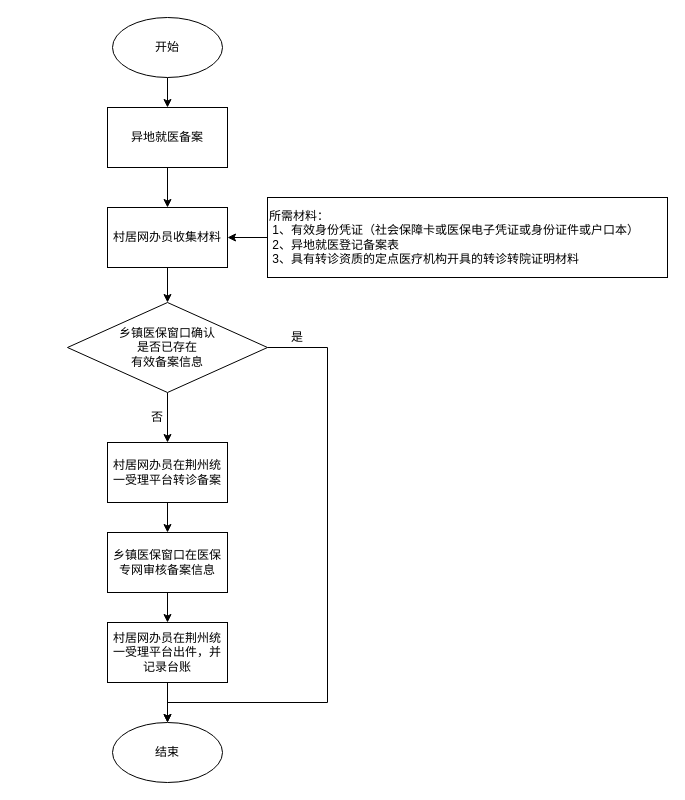
Earlier version of the draw.io diagram 医保异地就医备案流程.drawio (zouwei-0218/drawio). Source tidied: cells renumbered, new cells numbered last; positions are measured from the earlier drawing's top-left corner, leaving out a move shared by most shapes. Both pictures are drawn from the tidied source at 100%, with x=0, y=0 at pixel (67, 17).
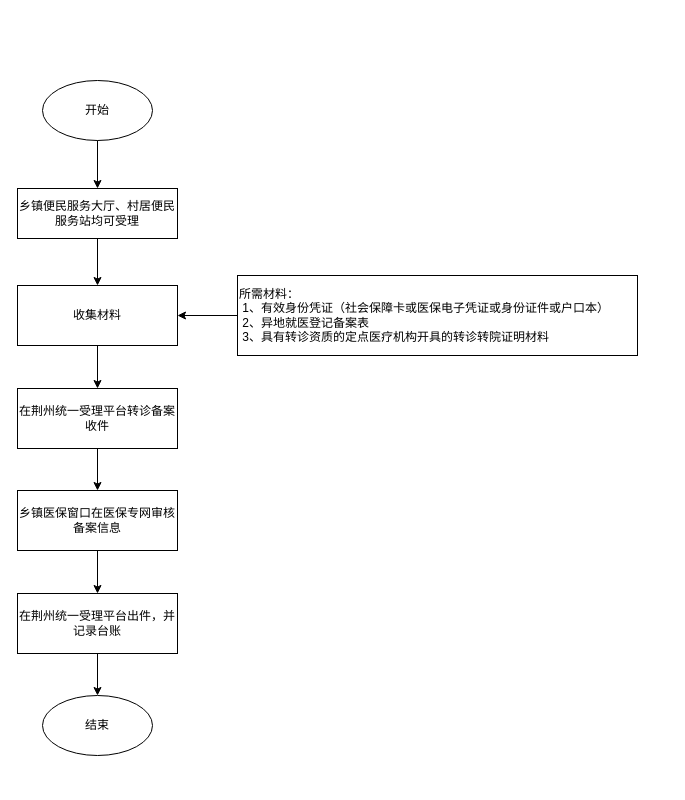
Above is the later version.

Commit message:
更新医保异地就医备案流程.drawio

Diff of the diagram source:
```diff
@@
-    <mxCell id="2" style="edgeStyle=orthogonalEdgeStyle;rounded=0;jettySize=auto;html=1;exitX=0.5;exitY=1;exitDx=0;exitDy=0;jumpSize=5;" parent="1" edge="1" source="3" target="7">
-      <mxGeometry relative="1" as="geometry" />
-    </mxCell>
+    <mxCell id="22" style="group;" parent="1" vertex="1">
+      <mxGeometry x="-50" y="63" width="620" height="675" as="geometry" />
+    </mxCell>
-    <mxCell id="3" value="开始" style="ellipse;whiteSpace=wrap;html=1;" parent="1" vertex="1">
-      <mxGeometry x="45" width="110" height="60" as="geometry" />
+    <mxCell id="3" value="开始" style="ellipse;whiteSpace=wrap;html=1;" parent="22" vertex="1">
+      <mxGeometry x="25" width="110" height="60" as="geometry" />
     </mxCell>
-    <mxCell id="4" value="结束" style="ellipse;whiteSpace=wrap;html=1;" parent="1" vertex="1">
-      <mxGeometry x="45" y="705" width="110" height="60" as="geometry" />
+    <mxCell id="4" value="结束" style="ellipse;whiteSpace=wrap;html=1;" parent="22" vertex="1">
+      <mxGeometry x="25" y="615" width="110" height="60" as="geometry" />
     </mxCell>
-    <mxCell id="5" style="edgeStyle=orthogonalEdgeStyle;rounded=0;jettySize=auto;html=1;exitX=0.5;exitY=1;exitDx=0;exitDy=0;entryX=0.5;entryY=0;entryDx=0;entryDy=0;" parent="1" edge="1" source="13" target="4">
+    <mxCell id="5" style="edgeStyle=orthogonalEdgeStyle;rounded=0;jettySize=auto;html=1;exitX=0.5;exitY=1;exitDx=0;exitDy=0;entryX=0.5;entryY=0;entryDx=0;entryDy=0;" parent="22" edge="1" source="13" target="4">
       <mxGeometry relative="1" as="geometry" />
     </mxCell>
-    <mxCell id="6" style="edgeStyle=orthogonalEdgeStyle;rounded=0;jettySize=auto;html=1;exitX=0.5;exitY=1;exitDx=0;exitDy=0;entryX=0.5;entryY=0;entryDx=0;entryDy=0;" parent="1" edge="1" source="7" target="21">
-      <mxGeometry relative="1" as="geometry" />
-    </mxCell>
-    <mxCell id="7" value="异地就医备案" style="rounded=0;whiteSpace=wrap;html=1;" parent="1" vertex="1">
-      <mxGeometry x="40" y="90" width="120" height="60" as="geometry" />
+    <mxCell id="7" value="乡镇便民服务大厅、村居便民服务站均可受理" style="rounded=0;whiteSpace=wrap;html=1;" parent="22" vertex="1">
+      <mxGeometry y="108" width="160" height="50" as="geometry" />
     </mxCell>
-    <mxCell id="8" style="edgeStyle=orthogonalEdgeStyle;rounded=0;jettySize=auto;html=1;exitX=0.5;exitY=1;exitDx=0;exitDy=0;entryX=0.5;entryY=0;entryDx=0;entryDy=0;" parent="1" edge="1" source="10" target="11">
-      <mxGeometry relative="1" as="geometry" />
-    </mxCell>
-    <mxCell id="9" style="edgeStyle=orthogonalEdgeStyle;rounded=0;jettySize=auto;html=1;exitX=1;exitY=0.5;exitDx=0;exitDy=0;entryX=0.5;entryY=0;entryDx=0;entryDy=0;" parent="1" edge="1" source="10" target="4">
-      <mxGeometry relative="1" as="geometry">
-        <Array as="points">
-          <mxPoint x="260" y="330" />
-          <mxPoint x="260" y="685" />
-          <mxPoint x="100" y="685" />
-        </Array>
-      </mxGeometry>
-    </mxCell>
-    <mxCell id="10" value="乡镇医保窗口确认&lt;br&gt;是否已存在&lt;br&gt;有效备案信息" style="rhombus;whiteSpace=wrap;html=1;" parent="1" vertex="1">
-      <mxGeometry y="285" width="200" height="90" as="geometry" />
-    </mxCell>
+    <mxCell id="2" style="edgeStyle=orthogonalEdgeStyle;rounded=0;jettySize=auto;html=1;exitX=0.5;exitY=1;exitDx=0;exitDy=0;jumpSize=5;" parent="22" edge="1" source="3" target="7">
+      <mxGeometry relative="1" as="geometry" />
+    </mxCell>
-    <mxCell id="11" value="村居网办员在荆州统一受理平台转诊备案" style="rounded=0;whiteSpace=wrap;html=1;" parent="1" vertex="1">
-      <mxGeometry x="40" y="425" width="120" height="60" as="geometry" />
+    <mxCell id="11" value="在荆州统一受理平台转诊备案收件" style="rounded=0;whiteSpace=wrap;html=1;" parent="22" vertex="1">
+      <mxGeometry y="308" width="160" height="60" as="geometry" />
     </mxCell>
-    <mxCell id="12" style="edgeStyle=orthogonalEdgeStyle;rounded=0;jettySize=auto;html=1;exitX=0.5;exitY=1;exitDx=0;exitDy=0;entryX=0.5;entryY=0;entryDx=0;entryDy=0;" parent="1" edge="1" source="11" target="15">
+    <mxCell id="12" style="edgeStyle=orthogonalEdgeStyle;rounded=0;jettySize=auto;html=1;exitX=0.5;exitY=1;exitDx=0;exitDy=0;entryX=0.5;entryY=0;entryDx=0;entryDy=0;" parent="22" edge="1" source="11" target="15">
       <mxGeometry relative="1" as="geometry" />
     </mxCell>
-    <mxCell id="13" value="村居网办员在荆州统一受理平台出件，并记录台账" style="rounded=0;whiteSpace=wrap;html=1;" parent="1" vertex="1">
-      <mxGeometry x="40" y="605" width="120" height="60" as="geometry" />
+    <mxCell id="13" value="在荆州统一受理平台出件，并记录台账" style="rounded=0;whiteSpace=wrap;html=1;" parent="22" vertex="1">
+      <mxGeometry y="513" width="160" height="60" as="geometry" />
     </mxCell>
-    <mxCell id="14" style="edgeStyle=orthogonalEdgeStyle;rounded=0;jettySize=auto;html=1;exitX=0.5;exitY=1;exitDx=0;exitDy=0;entryX=0.5;entryY=0;entryDx=0;entryDy=0;" parent="1" edge="1" source="15" target="13">
+    <mxCell id="14" style="edgeStyle=orthogonalEdgeStyle;rounded=0;jettySize=auto;html=1;exitX=0.5;exitY=1;exitDx=0;exitDy=0;entryX=0.5;entryY=0;entryDx=0;entryDy=0;" parent="22" edge="1" source="15" target="13">
       <mxGeometry relative="1" as="geometry" />
     </mxCell>
-    <mxCell id="15" value="乡镇医保窗口在医保专网审核备案信息" style="rounded=0;whiteSpace=wrap;html=1;" parent="1" vertex="1">
-      <mxGeometry x="40" y="515" width="120" height="60" as="geometry" />
+    <mxCell id="15" value="乡镇医保窗口在医保专网审核备案信息" style="rounded=0;whiteSpace=wrap;html=1;" parent="22" vertex="1">
+      <mxGeometry y="410" width="160" height="60" as="geometry" />
     </mxCell>
-    <mxCell id="16" style="edgeStyle=orthogonalEdgeStyle;rounded=0;jettySize=auto;html=1;exitX=0;exitY=0.5;exitDx=0;exitDy=0;entryX=1;entryY=0.5;entryDx=0;entryDy=0;" parent="1" edge="1" source="17" target="21">
-      <mxGeometry relative="1" as="geometry" />
-    </mxCell>
-    <mxCell id="17" value="&lt;div&gt;所需材料：&lt;/div&gt;&lt;div&gt;&lt;span style=&quot;white-space: pre;&quot;&gt; &lt;/span&gt;1、有效身份凭证（社会保障卡或医保电子凭证或身份证件或户口本）&lt;/div&gt;&lt;span style=&quot;white-space: pre;&quot;&gt; &lt;/span&gt;2、异地就医登记备案表&lt;br&gt;&lt;span style=&quot;white-space: pre;&quot;&gt; &lt;/span&gt;3、具有转诊资质的定点医疗机构开具的转诊转院证明材料" style="rounded=0;whiteSpace=wrap;html=1;align=left;" parent="1" vertex="1">
-      <mxGeometry x="200" y="180" width="400" height="80" as="geometry" />
+    <mxCell id="17" value="&lt;div&gt;所需材料：&lt;/div&gt;&lt;div&gt;&lt;span style=&quot;white-space: pre;&quot;&gt; &lt;/span&gt;1、有效身份凭证（社会保障卡或医保电子凭证或身份证件或户口本）&lt;/div&gt;&lt;span style=&quot;white-space: pre;&quot;&gt; &lt;/span&gt;2、异地就医登记备案表&lt;br&gt;&lt;span style=&quot;white-space: pre;&quot;&gt; &lt;/span&gt;3、具有转诊资质的定点医疗机构开具的转诊转院证明材料" style="rounded=0;whiteSpace=wrap;html=1;align=left;" parent="22" vertex="1">
+      <mxGeometry x="220" y="195" width="400" height="80" as="geometry" />
     </mxCell>
-    <mxCell id="18" value="是" style="text;html=1;strokeColor=none;fillColor=none;align=center;verticalAlign=middle;whiteSpace=wrap;rounded=0;" parent="1" vertex="1">
-      <mxGeometry x="200" y="305" width="60" height="30" as="geometry" />
-    </mxCell>
-    <mxCell id="19" value="否" style="text;html=1;strokeColor=none;fillColor=none;align=center;verticalAlign=middle;whiteSpace=wrap;rounded=0;" parent="1" vertex="1">
-      <mxGeometry x="60" y="385" width="60" height="30" as="geometry" />
-    </mxCell>
-    <mxCell id="20" style="edgeStyle=orthogonalEdgeStyle;rounded=0;jettySize=auto;html=1;exitX=0.5;exitY=1;exitDx=0;exitDy=0;entryX=0.5;entryY=0;entryDx=0;entryDy=0;" parent="1" edge="1" source="21" target="10">
+    <mxCell id="20" style="edgeStyle=orthogonalEdgeStyle;rounded=0;jettySize=auto;html=1;exitX=0.5;exitY=1;exitDx=0;exitDy=0;entryX=0.5;entryY=0;entryDx=0;entryDy=0;" parent="22" edge="1" source="21" target="11">
       <mxGeometry relative="1" as="geometry" />
     </mxCell>
-    <mxCell id="21" value="村居网办员收集材料" style="rounded=0;whiteSpace=wrap;html=1;" parent="1" vertex="1">
-      <mxGeometry x="40" y="190" width="120" height="60" as="geometry" />
+    <mxCell id="21" value="收集材料" style="rounded=0;whiteSpace=wrap;html=1;" parent="22" vertex="1">
+      <mxGeometry y="205" width="160" height="60" as="geometry" />
     </mxCell>
+    <mxCell id="6" style="edgeStyle=orthogonalEdgeStyle;rounded=0;jettySize=auto;html=1;exitX=0.5;exitY=1;exitDx=0;exitDy=0;entryX=0.5;entryY=0;entryDx=0;entryDy=0;" parent="22" edge="1" source="7" target="21">
+      <mxGeometry relative="1" as="geometry" />
+    </mxCell>
+    <mxCell id="16" style="edgeStyle=orthogonalEdgeStyle;rounded=0;jettySize=auto;html=1;exitX=0;exitY=0.5;exitDx=0;exitDy=0;entryX=1;entryY=0.5;entryDx=0;entryDy=0;" parent="22" edge="1" source="17" target="21">
+      <mxGeometry relative="1" as="geometry" />
+    </mxCell>
```
